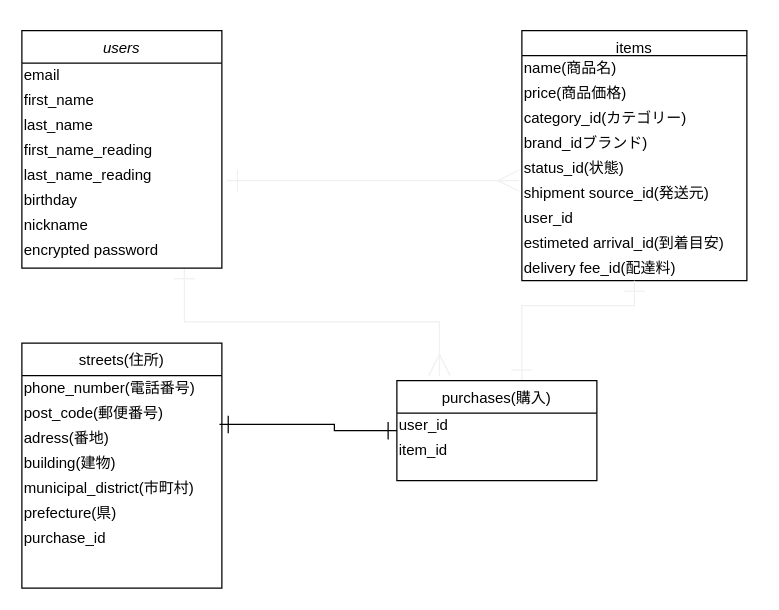
Earlier version of the draw.io diagram furima.dio (yoshimu708/furima-32150). Source tidied: cells renumbered, new cells numbered last; positions are measured from the earlier drawing's top-left corner, leaving out a move shared by most shapes. Both pictures are drawn from the tidied source at 125%, with x=0, y=0 at pixel (21, 30).
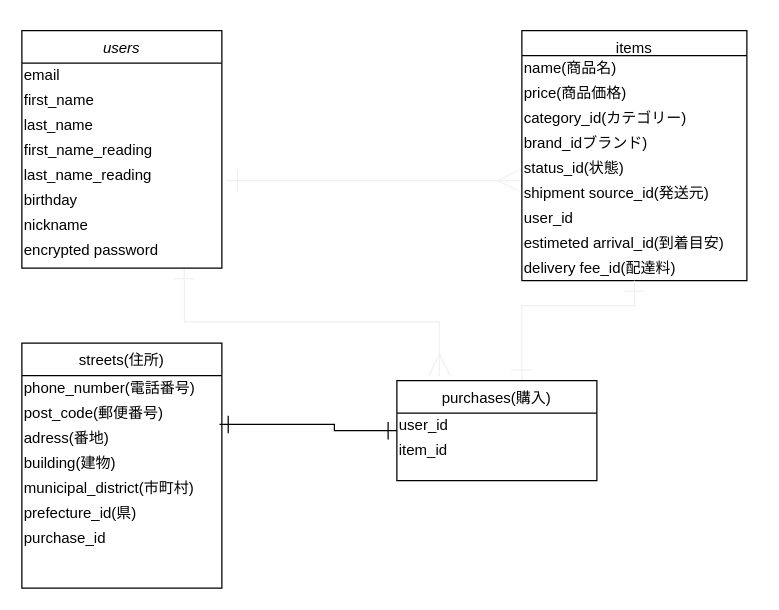
The same page after the edit.

Commit message (it also covers changes not shown here):
READMEのidにnull:falseの記載

Unchanged cells that the change refers to:
```xml
<mxCell id="30" value="streets(住所)" style="swimlane;fontStyle=0;align=center;verticalAlign=top;horizontal=1;startSize=26;rounded=0;shadow=0;strokeWidth=1;" parent="1" vertex="1">
  <mxGeometry y="250" width="160" height="196" as="geometry" />
</mxCell>
```

What changed in the source:
```diff
@@
-    <mxCell id="36" value="prefecture(県)" style="text;html=1;align=left;verticalAlign=middle;" parent="30" vertex="1">
+    <mxCell id="36" value="prefecture_id(県)" style="text;html=1;align=left;verticalAlign=middle;" parent="30" vertex="1">
       <mxGeometry y="126" width="160" height="20" as="geometry" />
     </mxCell>
```
